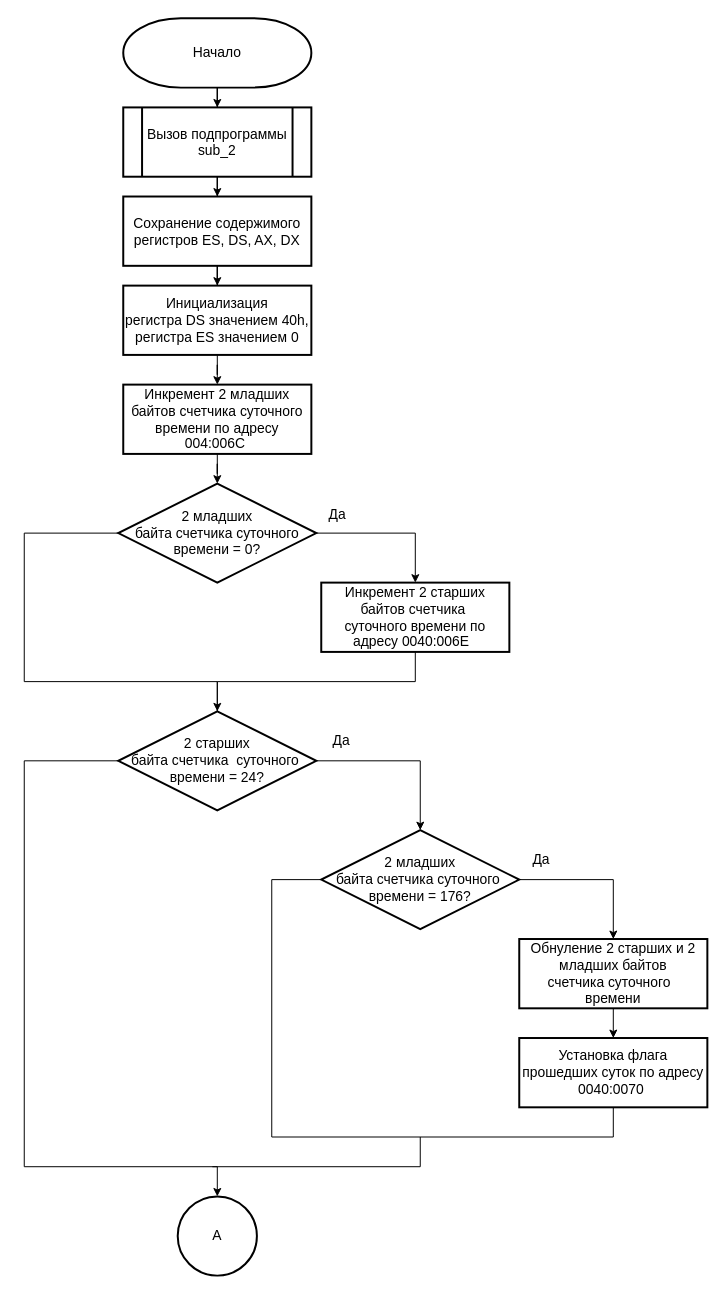
alena-zayts/BMSTU_5sem_operating_systems keeps this draw.io diagram as page "Page-1" (1 of 3) of lab1_1/выполнение/int8.drawio. Above is the earlier version. Source tidied: cells renumbered, new cells numbered last; positions are measured from the earlier drawing's top-left corner, leaving out a move shared by most shapes. Both pictures are drawn from the tidied source at 99%, with x=0, y=0 at pixel (24, 18).
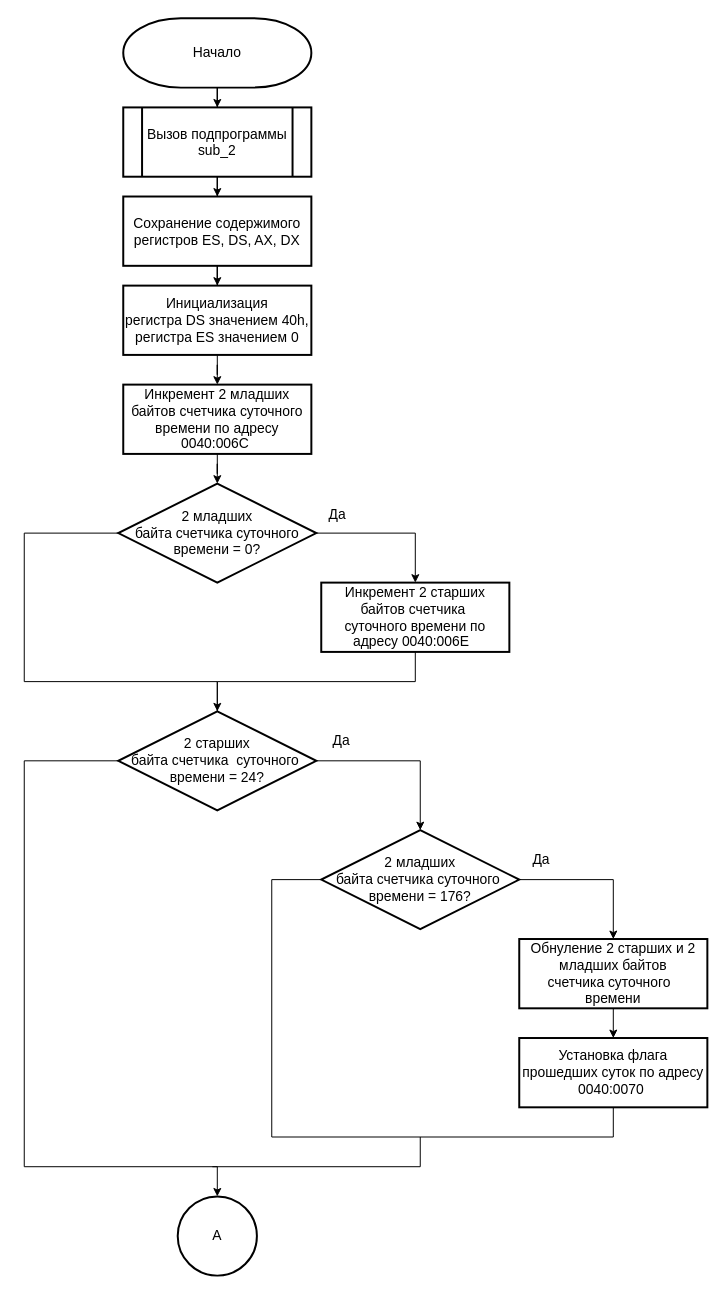
After the change.

What changed in the source:
```diff
@@
-    <mxCell id="11" value="Инкремент 2 младших байтов счетчика суточного времени по адресу 004:006C&amp;nbsp;" style="rounded=0;whiteSpace=wrap;html=1;strokeWidth=2;fontSize=14;" parent="1" vertex="1">
+    <mxCell id="11" value="Инкремент 2 младших байтов счетчика суточного времени по адресу 0040:006C&amp;nbsp;" style="rounded=0;whiteSpace=wrap;html=1;strokeWidth=2;fontSize=14;" parent="1" vertex="1">
       <mxGeometry x="100" y="370" width="190" height="70" as="geometry" />
     </mxCell>
```
